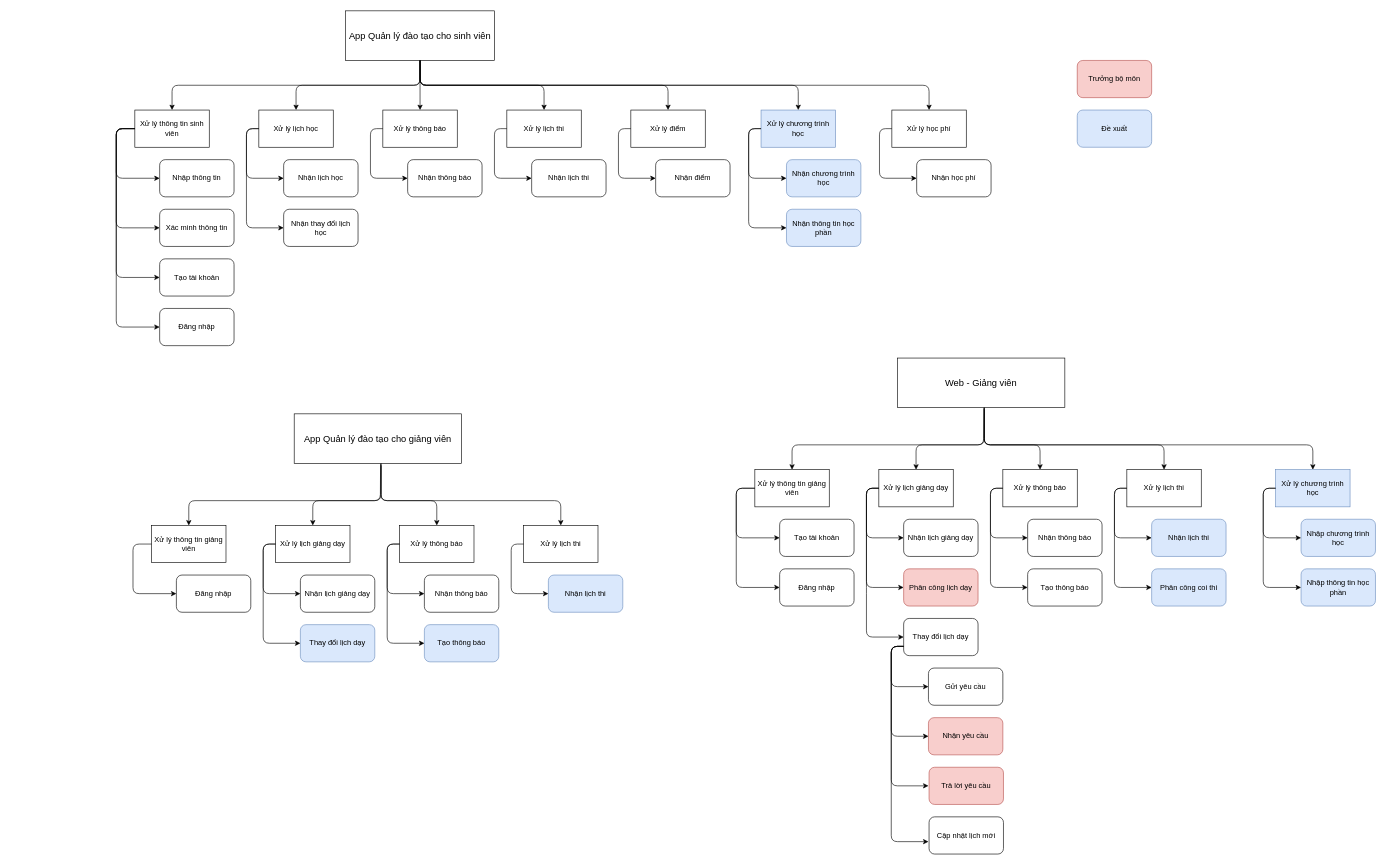
spicy-tomato/app_qldt keeps this draw.io diagram as Untitled Diagram.drawio. Above is the earlier version. Source tidied: cells renumbered, new cells numbered last; positions are measured from the earlier drawing's top-left corner, leaving out a move shared by most shapes. Both pictures are drawn from the tidied source at 62%, with x=0, y=0 at pixel (116, 11).
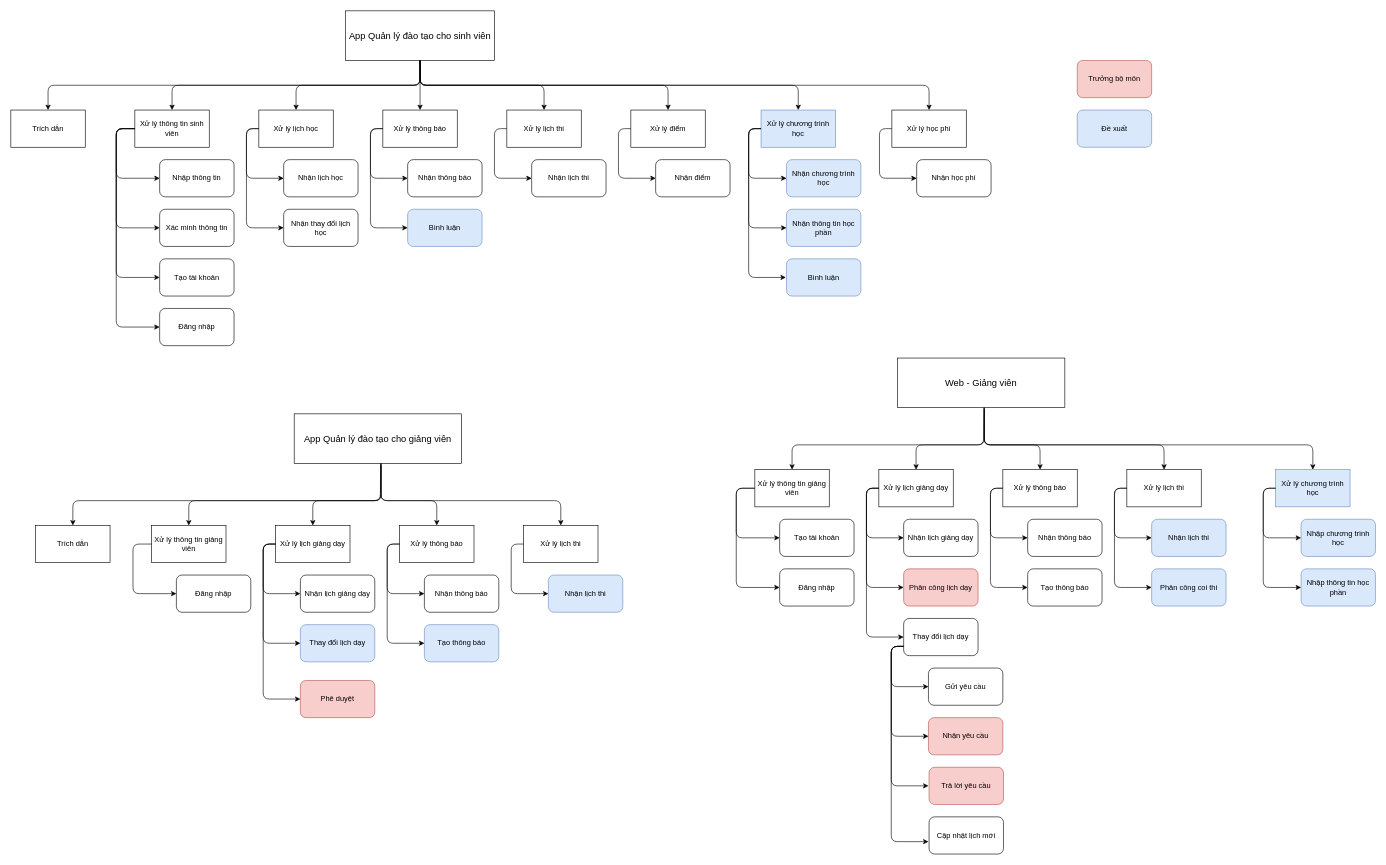
After the change.

Unchanged cells that the change refers to:
```xml
<mxCell id="2" value="&lt;font style=&quot;font-size: 15px&quot;&gt;App Quản lý đào&amp;nbsp;tạo cho sinh viên&lt;/font&gt;" style="rounded=0;whiteSpace=wrap;html=1;" parent="1" vertex="1">
  <mxGeometry x="370" width="240" height="80" as="geometry" />
</mxCell>
<mxCell id="29" value="&lt;font style=&quot;font-size: 15px&quot;&gt;App Quản lý đào tạo cho giảng viên&lt;/font&gt;" style="rounded=0;whiteSpace=wrap;html=1;" parent="1" vertex="1">
  <mxGeometry x="287" y="650" width="270" height="80" as="geometry" />
</mxCell>
```

What changed in the source:
```diff
@@
+    <mxCell id="105" value="Trích dẫn" style="rounded=0;whiteSpace=wrap;html=1;" parent="1" vertex="1">
+      <mxGeometry x="-170" y="160" width="120" height="60" as="geometry" />
+    </mxCell>
+    <mxCell id="106" style="endArrow=classic;html=1;exitX=0.5;exitY=1;exitDx=0;exitDy=0;entryX=0.5;entryY=0;entryDx=0;entryDy=0;" parent="1" edge="1" source="2" target="105">
+      <mxGeometry relative="1" as="geometry">
+        <Array as="points">
+          <mxPoint x="490" y="120" />
+          <mxPoint x="-110" y="120" />
+        </Array>
+      </mxGeometry>
+    </mxCell>
+    <mxCell id="107" style="endArrow=classic;html=1;" parent="1" edge="1">
+      <mxGeometry relative="1" as="geometry">
+        <mxPoint x="1040" y="190" as="sourcePoint" />
+        <mxPoint x="1080" y="430" as="targetPoint" />
+        <Array as="points">
+          <mxPoint x="1020" y="190" />
+          <mxPoint x="1020" y="430" />
+        </Array>
+      </mxGeometry>
+    </mxCell>
+    <mxCell id="108" value="Bình luận" style="rounded=1;whiteSpace=wrap;html=1;fillColor=#dae8fc;strokeColor=#6c8ebf;" parent="1" vertex="1">
+      <mxGeometry x="1081" y="400" width="120" height="60" as="geometry" />
+    </mxCell>
+    <mxCell id="109" value="Bình luận" style="rounded=1;whiteSpace=wrap;html=1;fillColor=#dae8fc;strokeColor=#6c8ebf;" parent="1" vertex="1">
+      <mxGeometry x="470" y="320" width="120" height="60" as="geometry" />
+    </mxCell>
+    <mxCell id="110" style="endArrow=classic;html=1;entryX=0;entryY=0.5;entryDx=0;entryDy=0;" parent="1" edge="1" target="109">
+      <mxGeometry relative="1" as="geometry">
+        <mxPoint x="430" y="190" as="sourcePoint" />
+        <Array as="points">
+          <mxPoint x="410" y="190" />
+          <mxPoint x="410" y="350" />
+        </Array>
+      </mxGeometry>
+    </mxCell>
+    <mxCell id="111" value="Trích dẫn" style="rounded=0;whiteSpace=wrap;html=1;" parent="1" vertex="1">
+      <mxGeometry x="-130" y="830" width="120" height="60" as="geometry" />
+    </mxCell>
+    <mxCell id="112" style="endArrow=classic;html=1;entryX=0.5;entryY=0;entryDx=0;entryDy=0;exitX=0.518;exitY=0.998;exitDx=0;exitDy=0;exitPerimeter=0;" parent="1" edge="1" source="29" target="111">
+      <mxGeometry relative="1" as="geometry">
+        <Array as="points">
+          <mxPoint x="427" y="790" />
+          <mxPoint x="-70" y="790" />
+        </Array>
+      </mxGeometry>
+    </mxCell>
+    <mxCell id="113" value="Phê duyệt" style="rounded=1;whiteSpace=wrap;html=1;fillColor=#f8cecc;strokeColor=#b85450;" parent="1" vertex="1">
+      <mxGeometry x="297" y="1080" width="120" height="60" as="geometry" />
+    </mxCell>
+    <mxCell id="114" style="endArrow=classic;html=1;exitX=0;exitY=0.5;exitDx=0;exitDy=0;entryX=0;entryY=0.5;entryDx=0;entryDy=0;" parent="1" edge="1" target="113">
+      <mxGeometry relative="1" as="geometry">
+        <mxPoint x="257" y="860" as="sourcePoint" />
+        <Array as="points">
+          <mxPoint x="237" y="860" />
+          <mxPoint x="237" y="1110" />
+        </Array>
+      </mxGeometry>
+    </mxCell>
```
